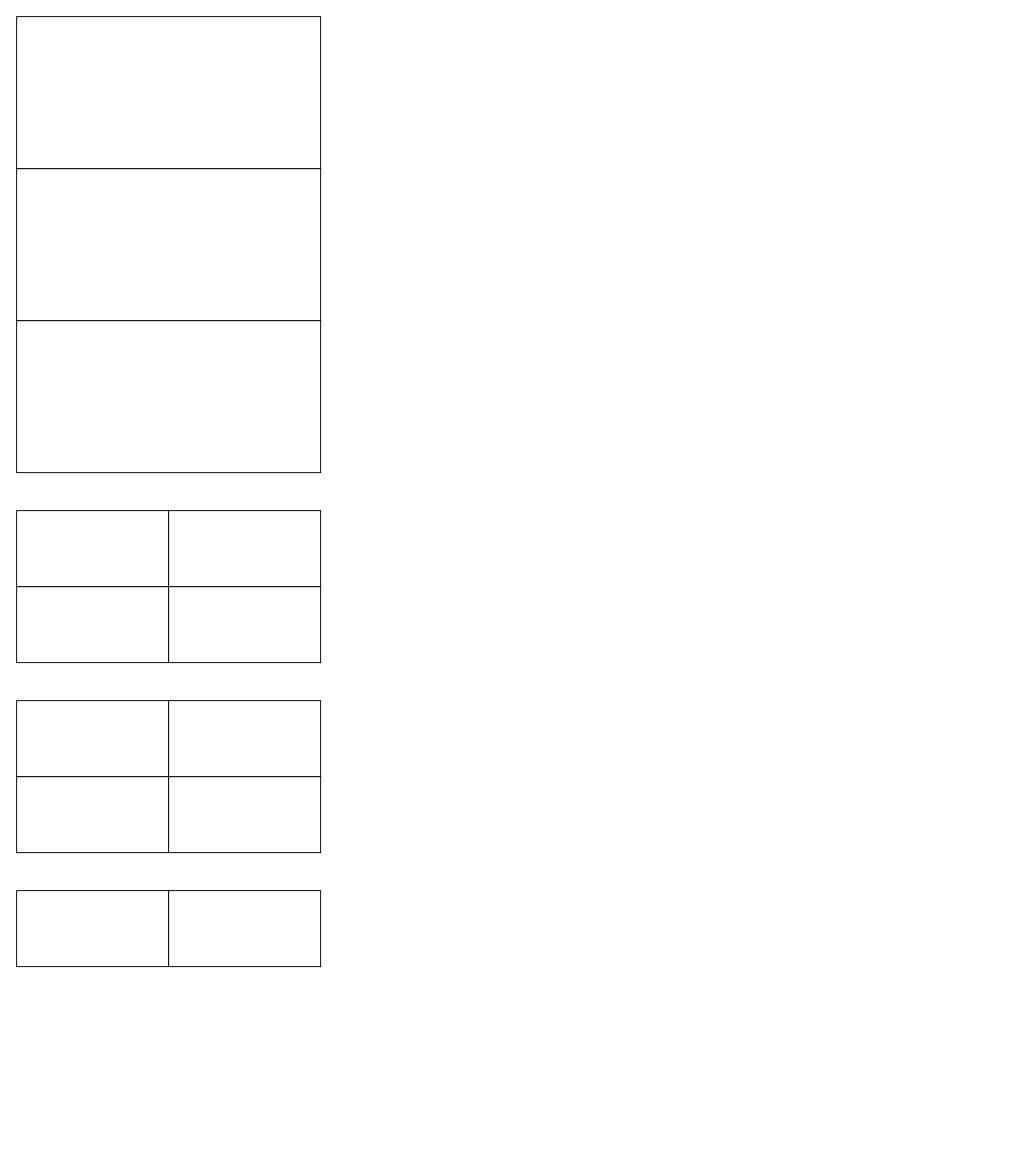
The draw.io diagram E-R1-2102.drawio in icetau/draw.io, before the edit. Source tidied: cells renumbered, new cells numbered last; positions are measured from the earlier drawing's top-left corner, leaving out a move shared by most shapes. Both pictures are drawn from the tidied source at 95%, with x=0, y=0 at pixel (16, 16).
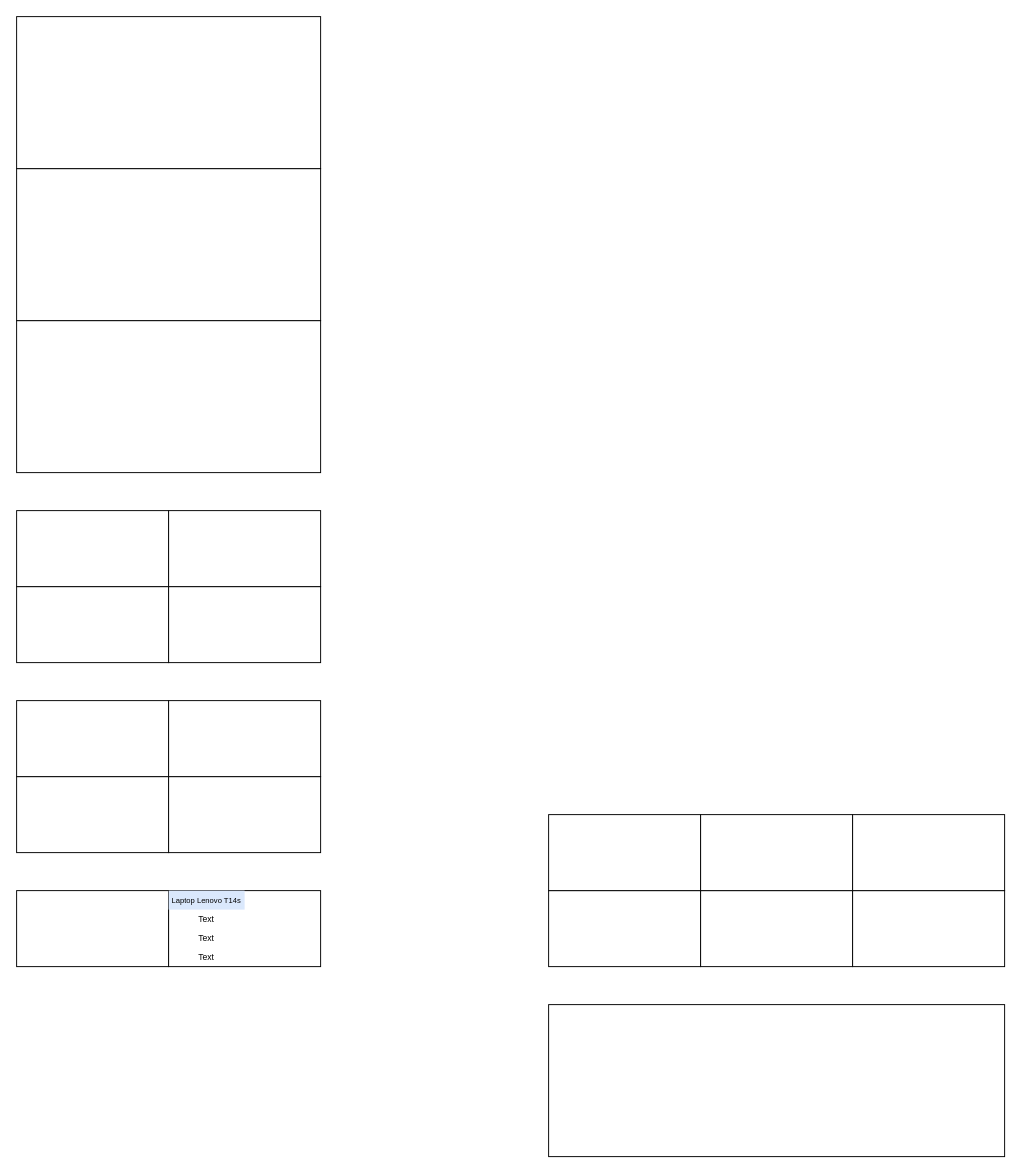
After the change.

What changed in the source:
```diff
@@
+    <mxCell id="15" value="&lt;font style=&quot;font-size: 9px;&quot;&gt;&lt;br&gt;&lt;/font&gt;" style="rounded=0;whiteSpace=wrap;html=1;" parent="1" vertex="1">
+      <mxGeometry x="560" y="920" width="160" height="80" as="geometry" />
+    </mxCell>
+    <mxCell id="16" value="&lt;font style=&quot;font-size: 9px;&quot;&gt;&lt;br&gt;&lt;/font&gt;" style="rounded=0;whiteSpace=wrap;html=1;" parent="1" vertex="1">
+      <mxGeometry x="720" y="920" width="160" height="80" as="geometry" />
+    </mxCell>
+    <mxCell id="17" value="&lt;font style=&quot;font-size: 9px;&quot;&gt;&lt;br&gt;&lt;/font&gt;" style="rounded=0;whiteSpace=wrap;html=1;" parent="1" vertex="1">
+      <mxGeometry x="880" y="920" width="160" height="80" as="geometry" />
+    </mxCell>
+    <mxCell id="18" value="&lt;font style=&quot;font-size: 9px;&quot;&gt;&lt;br&gt;&lt;/font&gt;" style="rounded=0;whiteSpace=wrap;html=1;" parent="1" vertex="1">
+      <mxGeometry x="560" y="840" width="160" height="80" as="geometry" />
+    </mxCell>
+    <mxCell id="19" value="&lt;font style=&quot;font-size: 9px;&quot;&gt;&lt;br&gt;&lt;/font&gt;" style="rounded=0;whiteSpace=wrap;html=1;" parent="1" vertex="1">
+      <mxGeometry x="720" y="840" width="160" height="80" as="geometry" />
+    </mxCell>
+    <mxCell id="20" value="&lt;font style=&quot;font-size: 9px;&quot;&gt;&lt;br&gt;&lt;/font&gt;" style="rounded=0;whiteSpace=wrap;html=1;" parent="1" vertex="1">
+      <mxGeometry x="880" y="840" width="160" height="80" as="geometry" />
+    </mxCell>
+    <mxCell id="21" value="Laptop Lenovo T14s" style="text;html=1;strokeColor=none;fillColor=#dae8fc;align=center;verticalAlign=middle;whiteSpace=wrap;rounded=0;fontSize=8;" parent="1" vertex="1">
+      <mxGeometry x="160" y="920" width="80" height="20" as="geometry" />
+    </mxCell>
+    <mxCell id="22" value="Text" style="text;html=1;strokeColor=none;fillColor=none;align=center;verticalAlign=middle;whiteSpace=wrap;rounded=0;fontSize=9;" parent="1" vertex="1">
+      <mxGeometry x="160" y="940" width="80" height="20" as="geometry" />
+    </mxCell>
+    <mxCell id="23" value="Text" style="text;html=1;strokeColor=none;fillColor=none;align=center;verticalAlign=middle;whiteSpace=wrap;rounded=0;fontSize=9;" parent="1" vertex="1">
+      <mxGeometry x="160" y="960" width="80" height="20" as="geometry" />
+    </mxCell>
+    <mxCell id="24" value="Text" style="text;html=1;strokeColor=none;fillColor=none;align=center;verticalAlign=middle;whiteSpace=wrap;rounded=0;fontSize=9;" parent="1" vertex="1">
+      <mxGeometry x="160" y="980" width="80" height="20" as="geometry" />
+    </mxCell>
+    <mxCell id="25" value="&lt;font style=&quot;font-size: 9px;&quot;&gt;&lt;br&gt;&lt;/font&gt;" style="rounded=0;whiteSpace=wrap;html=1;fontSize=8;strokeColor=#000000;" parent="1" vertex="1">
+      <mxGeometry x="560" y="1040" width="480" height="160" as="geometry" />
+    </mxCell>
```
